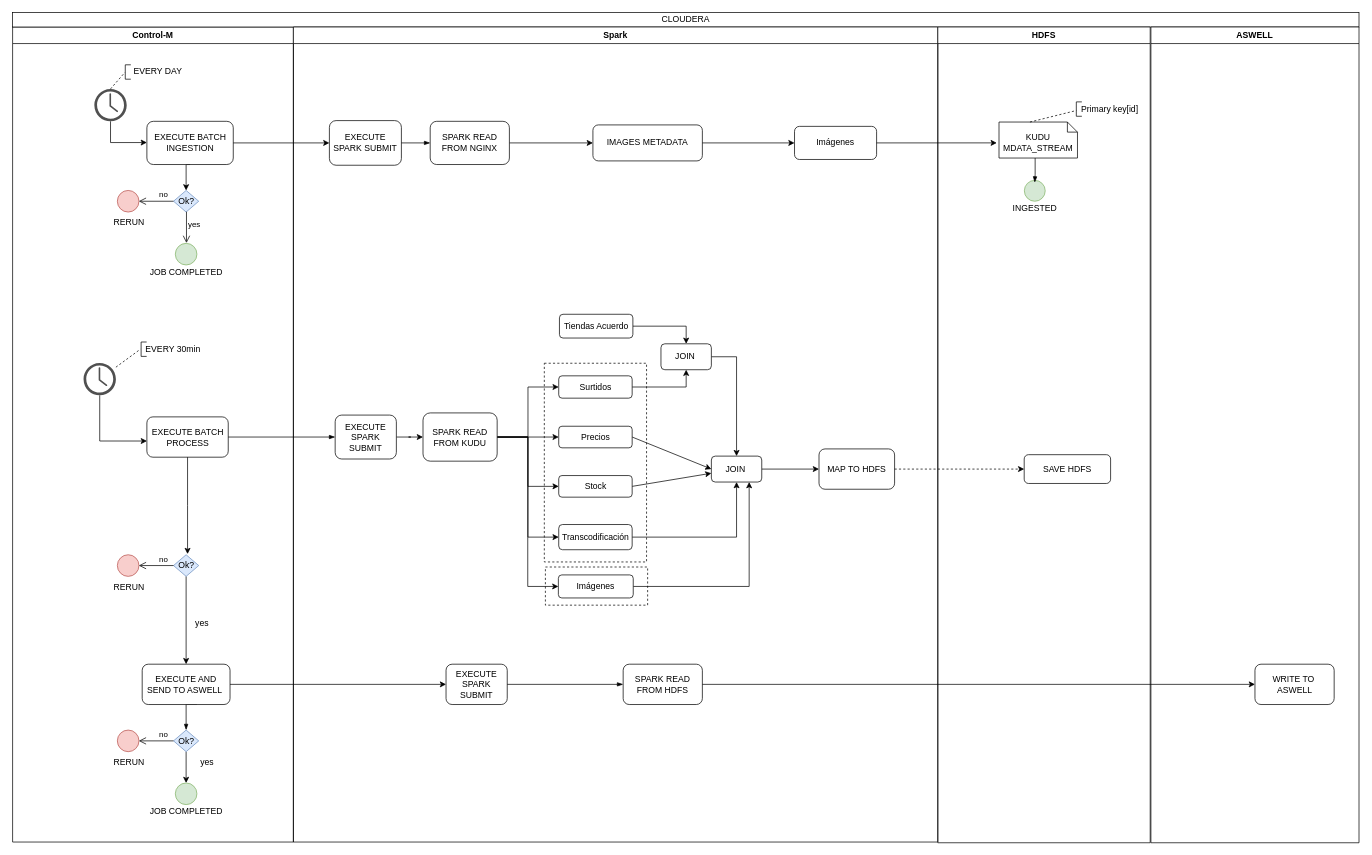
The draw.io diagram Cap Diagram.drawio in StefanoMazzukaCapgemini/Cap_Diagram, before the edit. Source tidied: cells renumbered, new cells numbered last; positions are measured from the earlier drawing's top-left corner, leaving out a move shared by most shapes. Both pictures are drawn from the tidied source at 72%, with x=0, y=0 at pixel (12, 12).
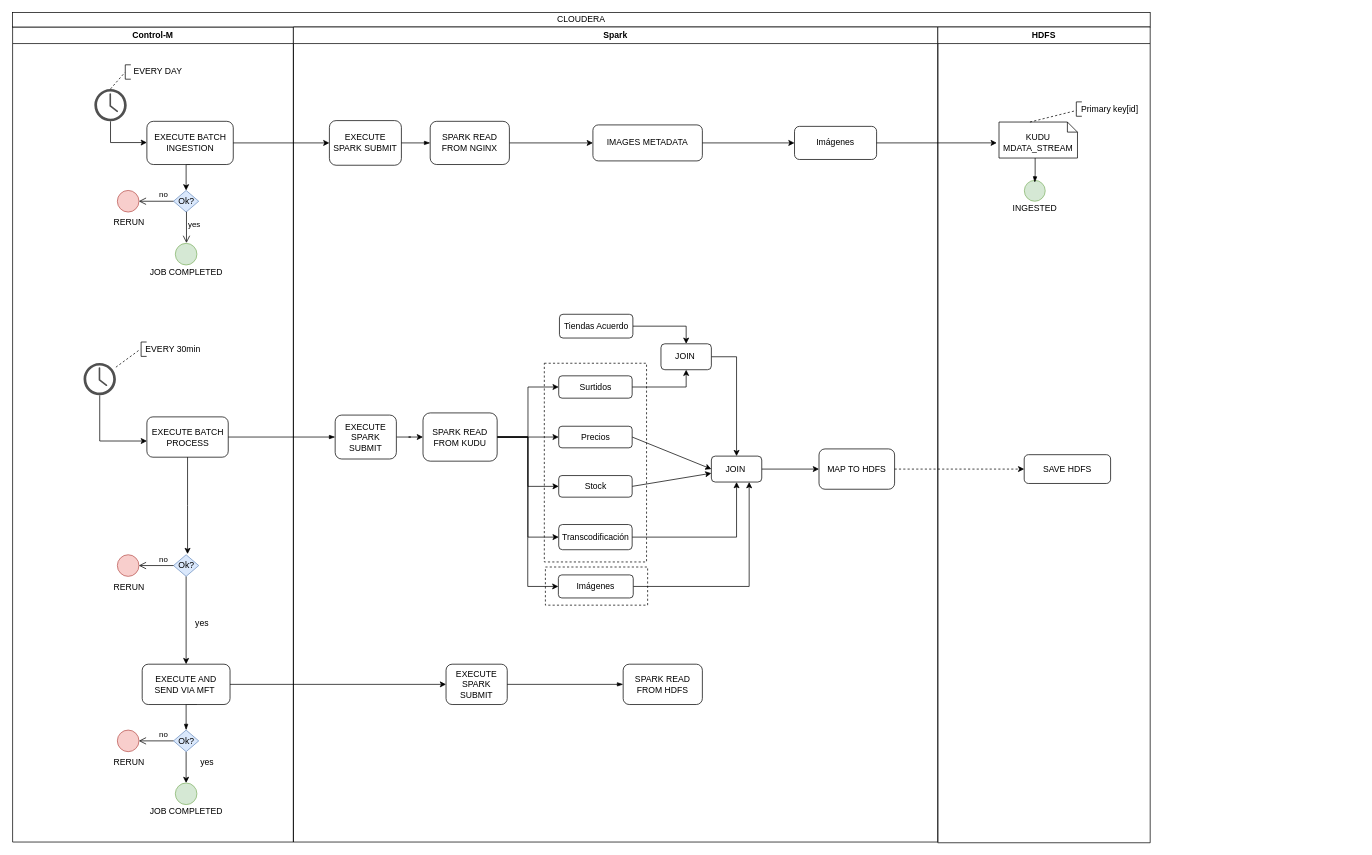
The same diagram, later.

The change refers to these unchanged cells:
```xml
<mxCell id="2" value="Control-M" style="swimlane;whiteSpace=wrap;startSize=23;" parent="1" vertex="1">
  <mxGeometry y="20" width="390" height="1132" as="geometry" />
</mxCell>
<mxCell id="72" value="SPARK READ FROM HDFS" style="rounded=1;whiteSpace=wrap;html=1;" parent="35" vertex="1">
  <mxGeometry x="458" y="885" width="110" height="56" as="geometry" />
</mxCell>
```

The edit, as a diff of the source:
```diff
@@
-    <mxCell id="15" value="EXECUTE AND SEND TO ASWELL&amp;nbsp;" style="rounded=1;whiteSpace=wrap;html=1;" parent="2" vertex="1">
+    <mxCell id="15" value="EXECUTE AND SEND VIA MFT&amp;nbsp;" style="rounded=1;whiteSpace=wrap;html=1;" parent="2" vertex="1">
       <mxGeometry x="180" y="885" width="122" height="56" as="geometry" />
     </mxCell>
@@
     <mxCell id="34" value="CLOUDERA" style="rounded=0;whiteSpace=wrap;html=1;" parent="1" vertex="1">
-      <mxGeometry width="1870" height="20" as="geometry" />
+      <mxGeometry width="1580" height="20" as="geometry" />
     </mxCell>
@@
-    <mxCell id="92" value="ASWELL" style="swimlane;whiteSpace=wrap;" parent="1" vertex="1">
-      <mxGeometry x="1581" y="20" width="289" height="1133" as="geometry" />
-    </mxCell>
-    <mxCell id="93" value="WRITE TO&amp;nbsp;&lt;br&gt;ASWELL" style="rounded=1;whiteSpace=wrap;html=1;" parent="92" vertex="1">
-      <mxGeometry x="144.5" y="885" width="110" height="56" as="geometry" />
-    </mxCell>
@@
-    <mxCell id="96" style="edgeStyle=orthogonalEdgeStyle;rounded=0;jettySize=auto;html=1;entryX=0;entryY=0.5;entryDx=0;entryDy=0;endArrow=classic;endFill=1;" parent="1" edge="1" source="72" target="93">
-      <mxGeometry relative="1" as="geometry" />
-    </mxCell>
```
